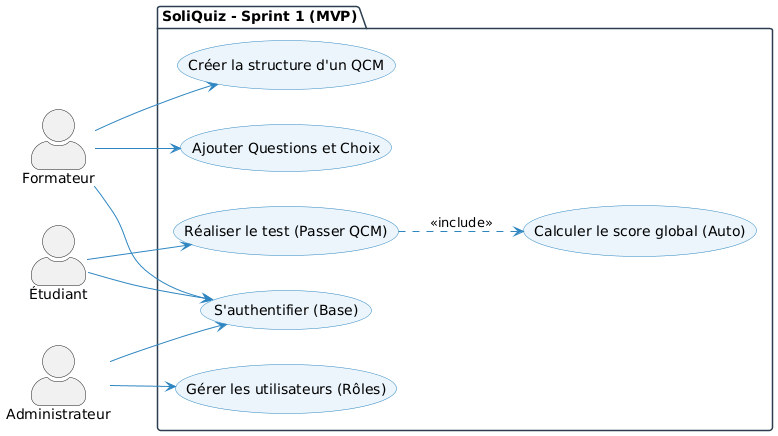
Above: images/cas-utilisation-sprint-1-mvp.png in SoliQuiz/Rapport (PlantUML), before the change.
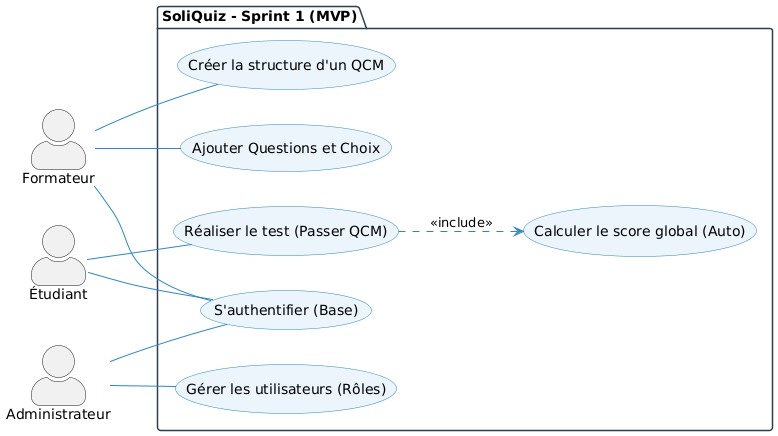
The same diagram one commit later.

Commit message:
docs: Add use case diagrams for sprint 1 MVP, sprint 2 progress, and global overview.

The edit, as a diff of the source:
```diff
@@ -26,15 +26,15 @@
     usecase "Calculer le score global (Auto)" as UC1_4
 }
 
-A --> UC1_6
-A --> UC1_5
+A -- UC1_6
+A -- UC1_5
 
-F --> UC1_5
-F --> UC1_1
-F --> UC1_2
+F -- UC1_5
+F -- UC1_1
+F -- UC1_2
 
-E --> UC1_5
-E --> UC1_3
+E -- UC1_5
+E -- UC1_3
 
 UC1_3 ..> UC1_4 : <<include>>
 @enduml
```
